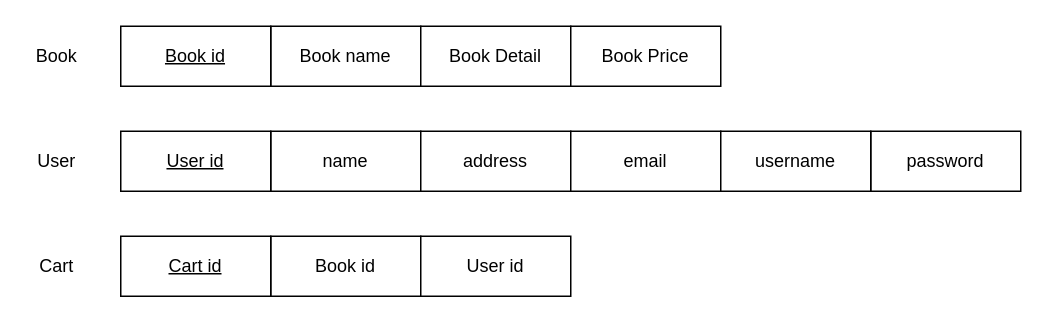
Earlier version of the draw.io diagram Book Store.drawio (teambena/WebInteractiveProject). Source tidied: cells renumbered, new cells numbered last; positions are measured from the earlier drawing's top-left corner, leaving out a move shared by most shapes. Both pictures are drawn from the tidied source at 150%, with x=0, y=0 at pixel (26, 26).
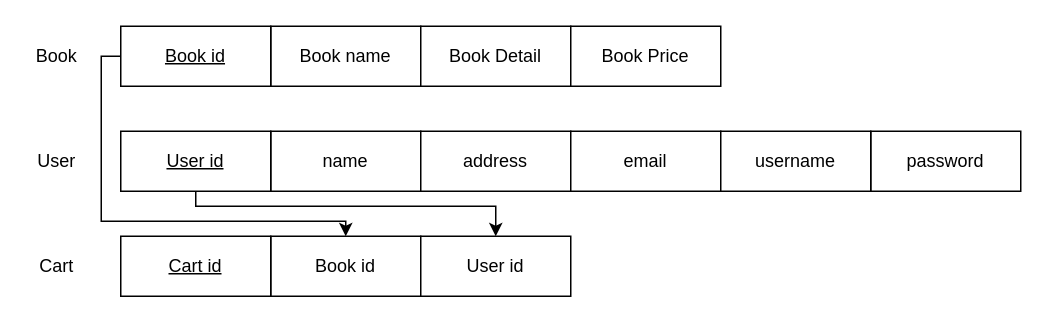
After the change.

Unchanged cells that the change refers to:
```xml
<mxCell id="5" value="&lt;u&gt;Book id&lt;/u&gt;" style="whiteSpace=wrap;html=1;align=center;" parent="1" vertex="1">
  <mxGeometry x="63" width="100" height="40" as="geometry" />
</mxCell>
<mxCell id="10" value="&lt;u&gt;User id&lt;/u&gt;" style="whiteSpace=wrap;html=1;align=center;" parent="1" vertex="1">
  <mxGeometry x="63" y="70" width="100" height="40" as="geometry" />
</mxCell>
<mxCell id="14" value="Book id" style="whiteSpace=wrap;html=1;align=center;" parent="1" vertex="1">
  <mxGeometry x="163" y="140" width="100" height="40" as="geometry" />
</mxCell>
<mxCell id="15" value="User id" style="whiteSpace=wrap;html=1;align=center;" parent="1" vertex="1">
  <mxGeometry x="263" y="140" width="100" height="40" as="geometry" />
</mxCell>
```

The edit, as a diff of the source:
```diff
@@
+    <mxCell id="18" style="edgeStyle=orthogonalEdgeStyle;rounded=0;jettySize=auto;html=1;entryX=0.5;entryY=0;entryDx=0;entryDy=0;" parent="1" edge="1" source="5" target="14">
+      <mxGeometry relative="1" as="geometry">
+        <Array as="points">
+          <mxPoint x="50" y="20" />
+          <mxPoint x="50" y="130" />
+          <mxPoint x="213" y="130" />
+        </Array>
+      </mxGeometry>
+    </mxCell>
@@
+    <mxCell id="19" style="edgeStyle=orthogonalEdgeStyle;rounded=0;jettySize=auto;html=1;" parent="1" edge="1" source="10" target="15">
+      <mxGeometry relative="1" as="geometry">
+        <Array as="points">
+          <mxPoint x="113" y="120" />
+          <mxPoint x="313" y="120" />
+        </Array>
+      </mxGeometry>
+    </mxCell>
```
